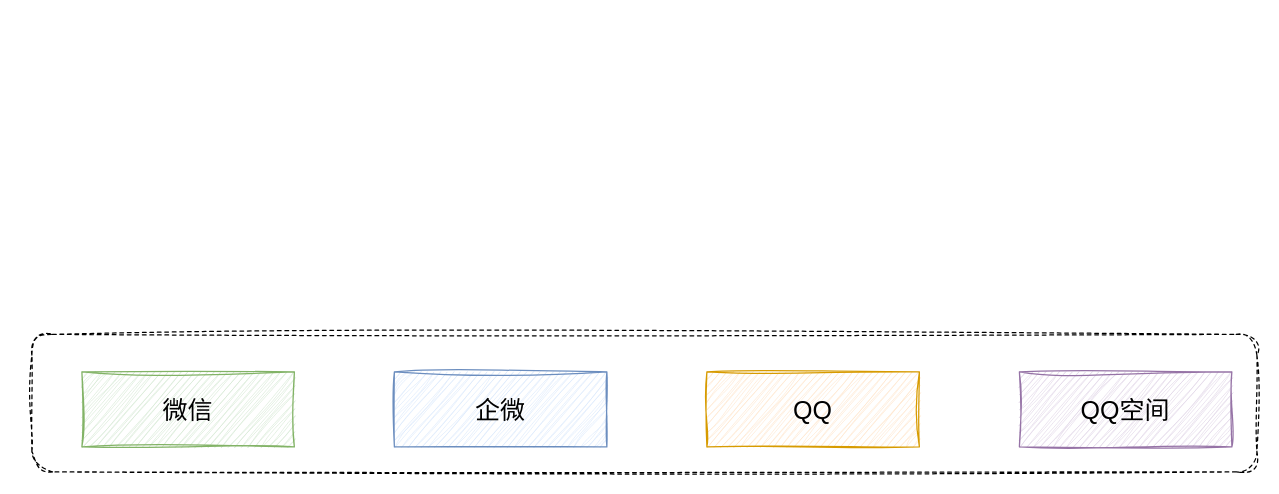
Earlier version of the draw.io diagram 私域架构图.drawio (skindhu/9GAG). Source tidied: cells renumbered, new cells numbered last; positions are measured from the earlier drawing's top-left corner, leaving out a move shared by most shapes. Both pictures are drawn from the tidied source at 125%, with x=0, y=0 at pixel (31, 334).
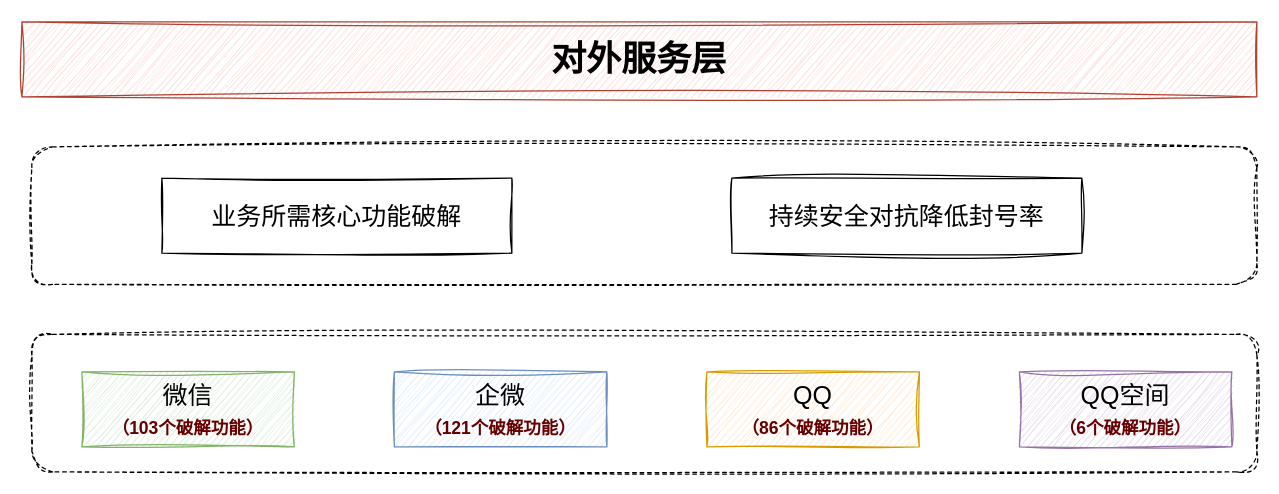
After the change.

Commit message (it also covers changes not shown here):
更新私域架构图.drawio

What changed in the source:
```diff
@@
 <mxGraphModel>
   <root>
     <mxCell id="0" />
     <mxCell id="1" parent="0" />
+    <mxCell id="7" style="rounded=1;whiteSpace=wrap;html=1;dashed=1;sketch=1;curveFitting=1;jiggle=2;" parent="1" vertex="1">
+      <mxGeometry y="-150" width="980" height="110" as="geometry" />
+    </mxCell>
     <mxCell id="2" style="rounded=1;whiteSpace=wrap;html=1;dashed=1;sketch=1;curveFitting=1;jiggle=2;" parent="1" vertex="1">
       <mxGeometry width="980" height="110" as="geometry" />
     </mxCell>
-    <mxCell id="3" value="微信" style="rounded=0;whiteSpace=wrap;html=1;fontSize=20;fillColor=#d5e8d4;strokeColor=#82b366;sketch=1;curveFitting=1;jiggle=2;" parent="1" vertex="1">
+    <mxCell id="3" value="微信&lt;br&gt;&lt;font color=&quot;#660000&quot; style=&quot;font-size: 14px;&quot;&gt;&lt;b&gt;（103个破解功能）&lt;/b&gt;&lt;/font&gt;" style="rounded=0;whiteSpace=wrap;html=1;fontSize=20;fillColor=#d5e8d4;strokeColor=#82b366;sketch=1;curveFitting=1;jiggle=2;" parent="1" vertex="1">
       <mxGeometry x="40" y="30" width="170" height="60" as="geometry" />
     </mxCell>
-    <mxCell id="4" value="企微" style="rounded=0;whiteSpace=wrap;html=1;fontSize=20;fillColor=#dae8fc;strokeColor=#6c8ebf;sketch=1;curveFitting=1;jiggle=2;" parent="1" vertex="1">
+    <mxCell id="4" value="企微&lt;div&gt;&lt;b style=&quot;color: rgb(102, 0, 0); font-size: 14px;&quot;&gt;（121个破解功能）&lt;/b&gt;&lt;br&gt;&lt;/div&gt;" style="rounded=0;whiteSpace=wrap;html=1;fontSize=20;fillColor=#dae8fc;strokeColor=#6c8ebf;sketch=1;curveFitting=1;jiggle=2;" parent="1" vertex="1">
       <mxGeometry x="290" y="30" width="170" height="60" as="geometry" />
     </mxCell>
-    <mxCell id="5" value="QQ" style="rounded=0;whiteSpace=wrap;html=1;fontSize=20;fillColor=#ffe6cc;strokeColor=#d79b00;sketch=1;curveFitting=1;jiggle=2;" parent="1" vertex="1">
+    <mxCell id="5" value="QQ&lt;br&gt;&lt;b style=&quot;color: rgb(102, 0, 0); font-size: 14px;&quot;&gt;（86个破解功能）&lt;/b&gt;" style="rounded=0;whiteSpace=wrap;html=1;fontSize=20;fillColor=#ffe6cc;strokeColor=#d79b00;sketch=1;curveFitting=1;jiggle=2;" parent="1" vertex="1">
       <mxGeometry x="540" y="30" width="170" height="60" as="geometry" />
     </mxCell>
-    <mxCell id="6" value="QQ空间" style="rounded=0;whiteSpace=wrap;html=1;fontSize=20;fillColor=#e1d5e7;strokeColor=#9673a6;sketch=1;curveFitting=1;jiggle=2;" parent="1" vertex="1">
+    <mxCell id="6" value="QQ空间&lt;br&gt;&lt;b style=&quot;color: rgb(102, 0, 0); font-size: 14px;&quot;&gt;（6个破解功能）&lt;/b&gt;" style="rounded=0;whiteSpace=wrap;html=1;fontSize=20;fillColor=#e1d5e7;strokeColor=#9673a6;sketch=1;curveFitting=1;jiggle=2;" parent="1" vertex="1">
       <mxGeometry x="790" y="30" width="170" height="60" as="geometry" />
     </mxCell>
+    <mxCell id="8" value="业务所需核心功能破解" style="rounded=0;whiteSpace=wrap;html=1;fontSize=20;sketch=1;curveFitting=1;jiggle=2;" parent="1" vertex="1">
+      <mxGeometry x="104" y="-125" width="280" height="60" as="geometry" />
+    </mxCell>
+    <mxCell id="9" value="持续安全对抗降低封号率" style="rounded=0;whiteSpace=wrap;html=1;fontSize=20;sketch=1;curveFitting=1;jiggle=2;" parent="1" vertex="1">
+      <mxGeometry x="560" y="-125" width="280" height="60" as="geometry" />
+    </mxCell>
+    <mxCell id="10" value="&lt;font size=&quot;1&quot; style=&quot;&quot;&gt;&lt;b style=&quot;font-size: 28px;&quot;&gt;对外服务层&lt;/b&gt;&lt;/font&gt;" style="rounded=0;whiteSpace=wrap;html=1;fillColor=#fad9d5;strokeColor=#ae4132;sketch=1;curveFitting=1;jiggle=2;" parent="1" vertex="1">
+      <mxGeometry x="-8" y="-250" width="988" height="60" as="geometry" />
+    </mxCell>
   </root>
 </mxGraphModel>
```
